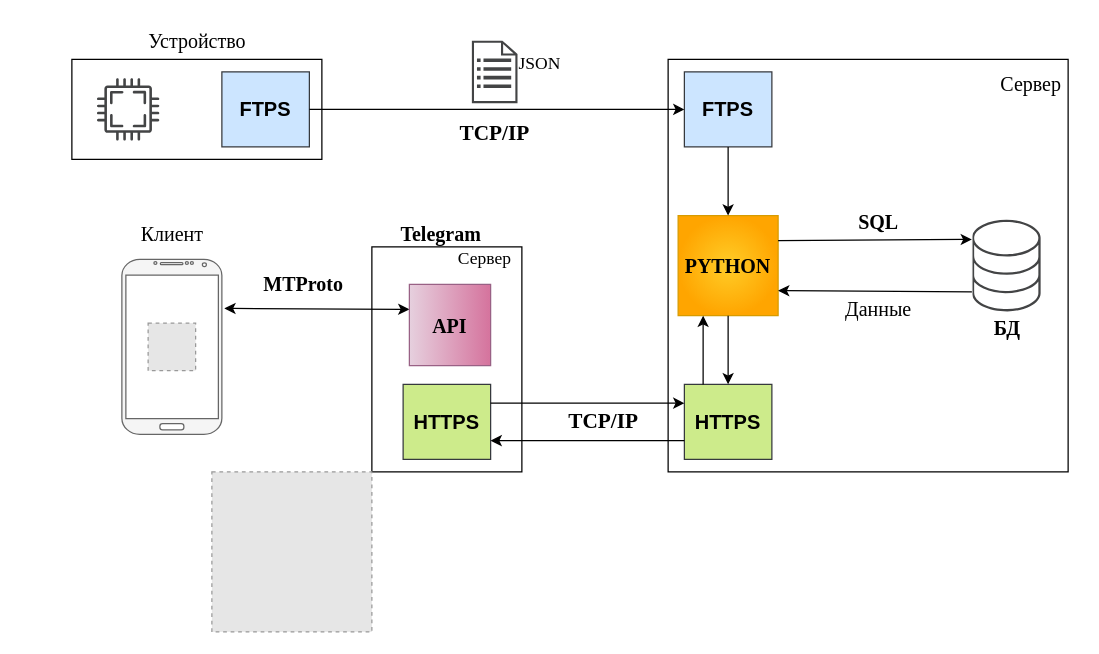
Before: Untitled Diagram.drawio in ber09/Track, a draw.io diagram. Source tidied: cells renumbered, new cells numbered last; positions are measured from the earlier drawing's top-left corner, leaving out a move shared by most shapes. Both pictures are drawn from the tidied source at 125%, with x=0, y=0 at pixel (71, 21). Pictures stored in the file or linked from it are replaced by grey dashed boxes.
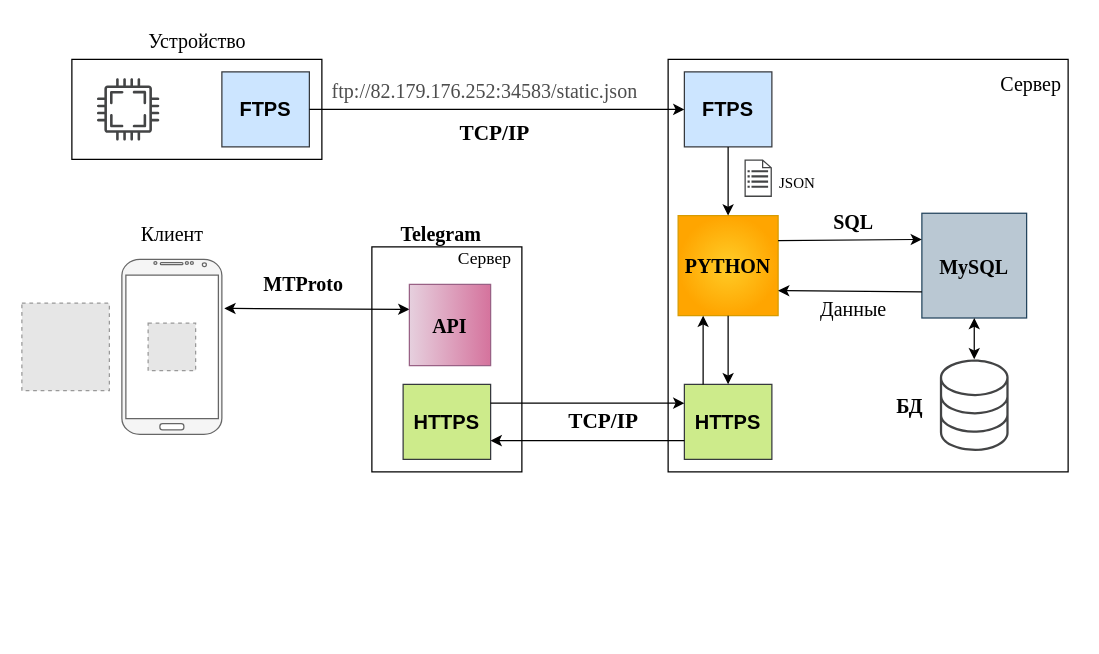
After the change.

What changed in the source:
```diff
@@
     <mxCell id="11" style="sketch=0;shadow=0;dashed=0;html=1;strokeColor=none;fillColor=#434445;labelPosition=center;verticalLabelPosition=bottom;verticalAlign=top;align=center;outlineConnect=0;shape=mxgraph.vvd.storage;fontFamily=Garamond;fontSize=16;" parent="1" vertex="1">
-      <mxGeometry x="720" y="158.3" width="55" height="73.3" as="geometry" />
+      <mxGeometry x="694.4" y="270" width="55" height="73.3" as="geometry" />
     </mxCell>
@@
     <mxCell id="14" value="&lt;b&gt;БД&lt;/b&gt;" style="text;html=1;align=center;verticalAlign=middle;strokeColor=none;fillColor=none;fontSize=16;fontFamily=Times New Roman;" parent="1" vertex="1">
-      <mxGeometry x="727.5" y="235" width="40" height="20" as="geometry" />
+      <mxGeometry x="650" y="296.7" width="40" height="20" as="geometry" />
     </mxCell>
     <mxCell id="15" style="sketch=0;shadow=0;dashed=0;html=1;strokeColor=none;fillColor=#434445;labelPosition=center;verticalLabelPosition=bottom;verticalAlign=top;align=center;shape=mxgraph.vvd.recovery_plan;fontFamily=Times New Roman;fontSize=16;" parent="1" vertex="1">
-      <mxGeometry x="320" y="15" width="36.5" height="50" as="geometry" />
+      <mxGeometry x="538.1" y="110" width="21.9" height="30" as="geometry" />
     </mxCell>
@@
-    <mxCell id="17" value="&lt;font style=&quot;font-size: 14px;&quot;&gt;JSON&lt;/font&gt;" style="text;html=1;align=center;verticalAlign=bottom;strokeColor=none;fillColor=none;fontSize=17;fontFamily=Times New Roman;" parent="1" vertex="1">
-      <mxGeometry x="349" y="15" width="50" height="30" as="geometry" />
+    <mxCell id="17" value="&lt;font style=&quot;font-size: 12px;&quot;&gt;JSON&lt;/font&gt;" style="text;html=1;align=center;verticalAlign=bottom;strokeColor=none;fillColor=none;fontSize=17;fontFamily=Times New Roman;" parent="1" vertex="1">
+      <mxGeometry x="560" y="110" width="40" height="30" as="geometry" />
     </mxCell>
-    <mxCell id="18" style="fontFamily=Times New Roman;fontSize=14;fillColor=none;gradientColor=none;gradientDirection=north;labelBackgroundColor=default;fontColor=none;noLabel=1;shadow=0;strokeColor=#FFFFFF;" parent="1" vertex="1">
-      <mxGeometry x="720" y="153.1" width="83.8" height="83.8" as="geometry" />
+    <mxCell id="18" value="MySQL" style="fontFamily=Times New Roman;fontSize=16;fillColor=#bac8d3;gradientDirection=north;labelBackgroundColor=none;shadow=0;strokeColor=#23445d;fontColor=#000000;fontStyle=1;" parent="1" vertex="1">
+      <mxGeometry x="680" y="153.1" width="83.8" height="83.8" as="geometry" />
     </mxCell>
@@
     <mxCell id="31" value="&lt;b&gt;SQL&lt;/b&gt;" style="text;html=1;align=center;verticalAlign=middle;strokeColor=none;fillColor=none;fontSize=16;fontFamily=Times New Roman;fontColor=none;" parent="1" vertex="1">
-      <mxGeometry x="620" y="150" width="50" height="20" as="geometry" />
+      <mxGeometry x="600" y="150" width="50" height="20" as="geometry" />
     </mxCell>
     <mxCell id="32" value="Данные" style="text;html=1;align=center;verticalAlign=middle;strokeColor=none;fillColor=none;fontSize=16;fontFamily=Times New Roman;fontColor=none;" parent="1" vertex="1">
-      <mxGeometry x="610" y="220" width="70" height="20" as="geometry" />
+      <mxGeometry x="590" y="220" width="70" height="20" as="geometry" />
     </mxCell>
@@
-    <mxCell id="38" style="fillColor=#E6E6E6;strokeColor=#999999;dashed=1;html=1;verticalAlign=top;verticalLabelPosition=bottom;labelBackgroundColor=#ffffff;fontFamily=Times New Roman;fontSize=16;fontColor=none;" parent="1" vertex="1">
-      <mxGeometry x="112" y="360" width="128" height="128" as="geometry" />
-    </mxCell>
+    <mxCell id="39" style="fillColor=#E6E6E6;strokeColor=#999999;dashed=1;html=1;verticalAlign=top;verticalLabelPosition=bottom;labelBackgroundColor=#ffffff;fontFamily=Times New Roman;fontSize=16;fontColor=#3399FF;" parent="1" vertex="1">
+      <mxGeometry x="-40" y="225" width="70" height="70" as="geometry" />
+    </mxCell>
+    <mxCell id="40" value="&lt;font color=&quot;#4D4D4D&quot;&gt;ftp://82.179.176.252:34583/static.json&lt;/font&gt;" style="text;html=1;align=center;verticalAlign=middle;strokeColor=none;fillColor=none;fontSize=16;fontFamily=Times New Roman;fontColor=#3399FF;" parent="1" vertex="1">
+      <mxGeometry x="200" y="45" width="260" height="20" as="geometry" />
+    </mxCell>
+    <mxCell id="41" style="endArrow=classic;startArrow=classic;html=1;rounded=0;fontFamily=Times New Roman;fontSize=16;fontColor=#000000;entryX=0.5;entryY=1;entryDx=0;entryDy=0;" parent="1" edge="1" source="11" target="18">
+      <mxGeometry relative="1" as="geometry" />
+    </mxCell>
```
